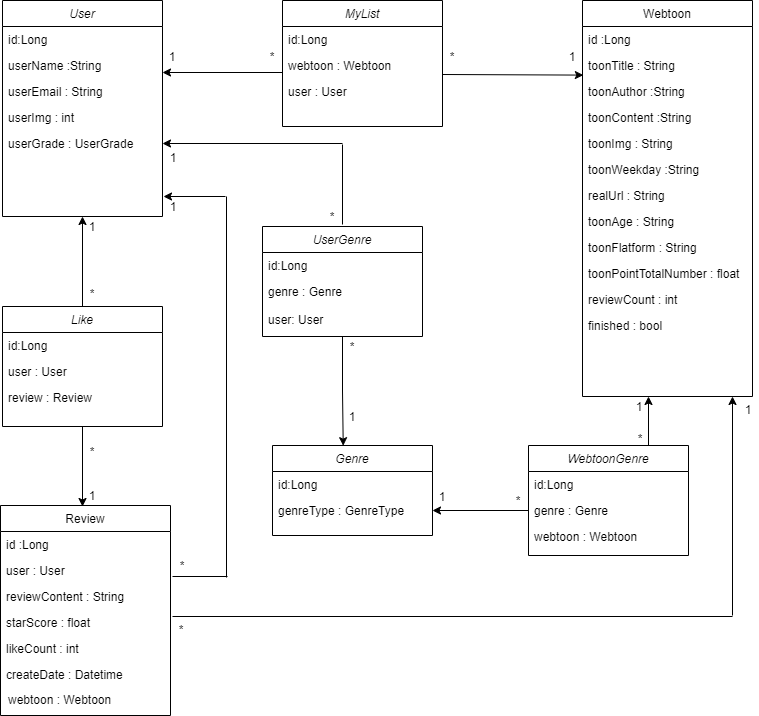
This is webtooniverse Diagram.png from yeonnwoo/Webtooni_server, a draw.io export, as it was before one commit. Source tidied: cells renumbered, new cells last; positions are measured from the earlier drawing's top-left corner, leaving out a move shared by most shapes.
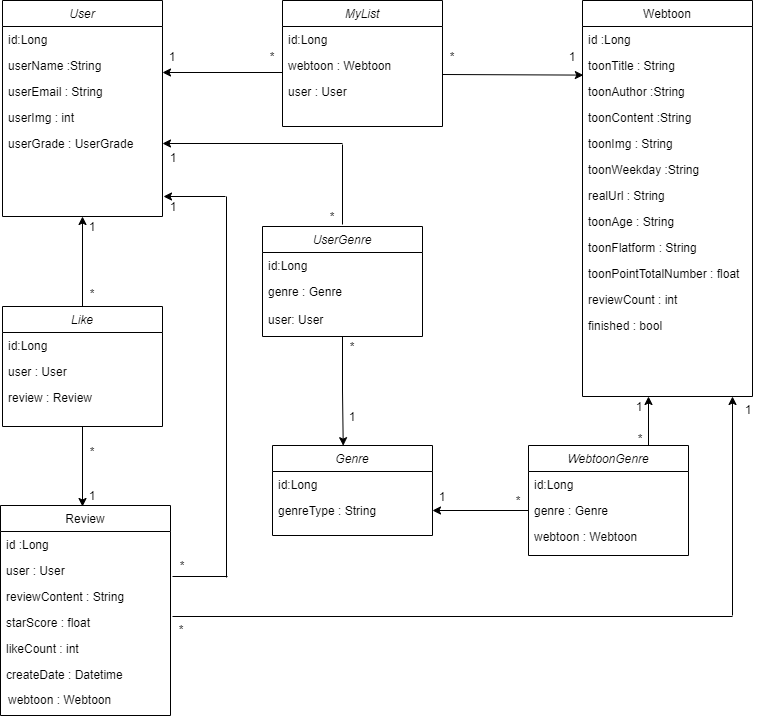
Later version of the same file.

Change to the diagram source:
```diff
@@ -148,7 +148,7 @@
     <mxCell id="48" value="id:Long" style="text;align=left;verticalAlign=top;spacingLeft=4;spacingRight=4;overflow=hidden;" parent="47" vertex="1">
       <mxGeometry y="26" width="160" height="26" as="geometry" />
     </mxCell>
-    <mxCell id="49" value="genreType : GenreType" style="text;align=left;verticalAlign=top;spacingLeft=4;spacingRight=4;overflow=hidden;points=[[0,0.5],[1,0.5]];portConstraint=eastwest;rounded=0;shadow=0;html=0;" parent="47" vertex="1">
+    <mxCell id="49" value="genreType : String" style="text;align=left;verticalAlign=top;spacingLeft=4;spacingRight=4;overflow=hidden;points=[[0,0.5],[1,0.5]];portConstraint=eastwest;rounded=0;shadow=0;html=0;" parent="47" vertex="1">
       <mxGeometry y="52" width="160" height="26" as="geometry" />
     </mxCell>
     <mxCell id="50" style="edgeStyle=orthogonalEdgeStyle;rounded=0;jettySize=auto;html=1;exitX=0.5;exitY=1;exitDx=0;exitDy=0;entryX=0.442;entryY=0.002;entryDx=0;entryDy=0;entryPerimeter=0;" parent="1" edge="1" source="51" target="47">
```
